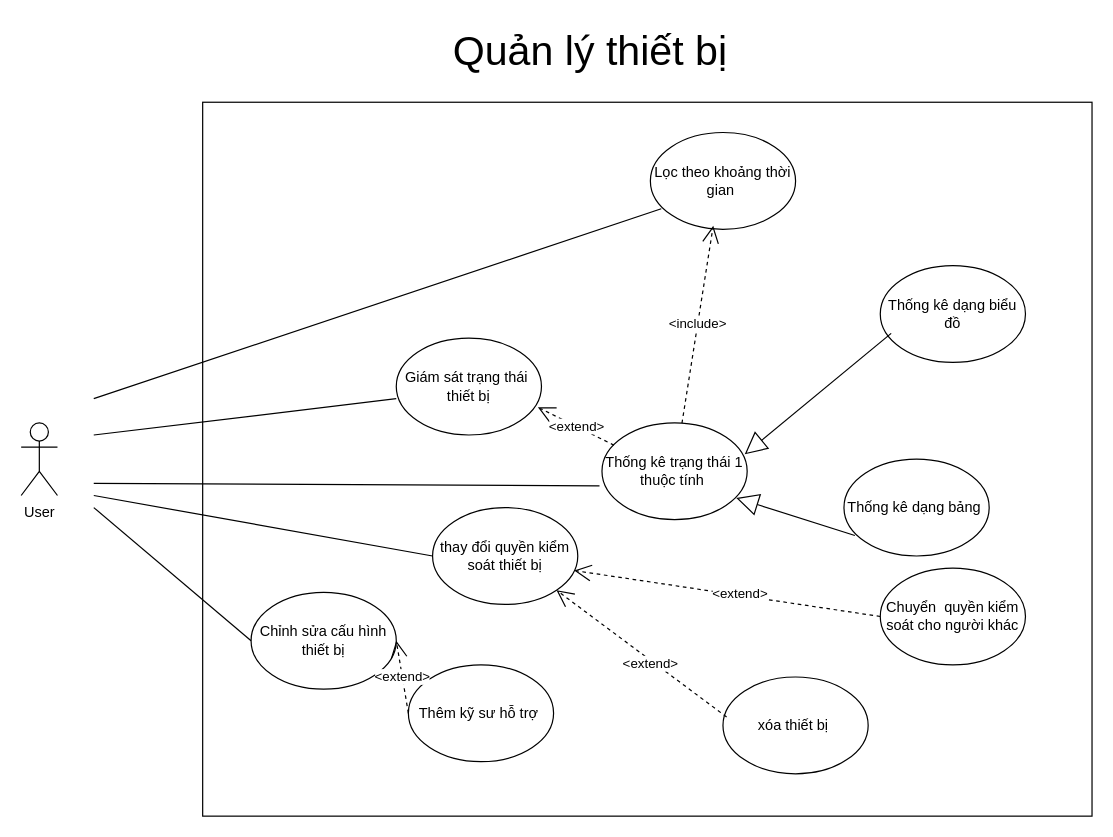
Before: Usecase diagram/Quản lý thiết bị.drawio in cuongceg/BTL-IT3120, a draw.io diagram. Source tidied: cells renumbered, new cells numbered last; positions are measured from the earlier drawing's top-left corner, leaving out a move shared by most shapes. Both pictures are drawn from the tidied source at 121%, with x=0, y=0 at pixel (21, 21).
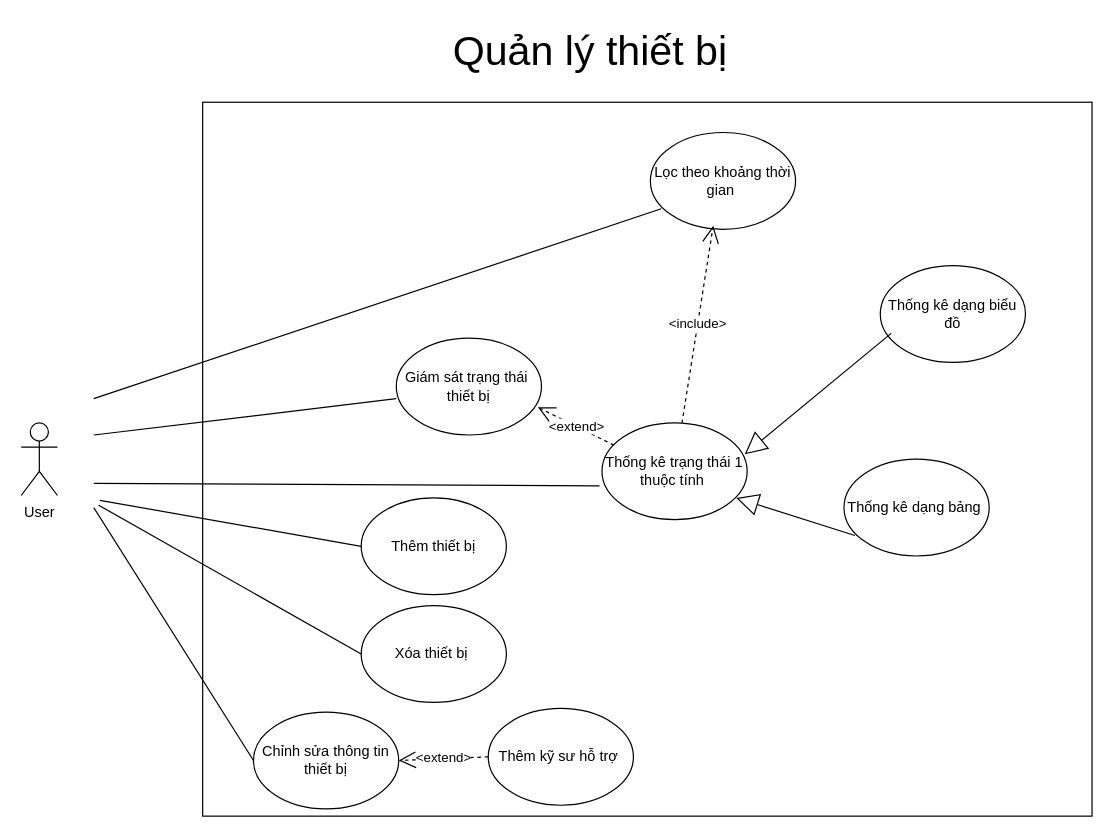
The same page after the edit.

Commit message:
refactor: remove usecase tranfer device to other user

Diff of the diagram source:
```diff
@@
-    <mxCell id="9" value="Chỉnh sửa cấu hình thiết bị" style="ellipse;whiteSpace=wrap;html=1;" parent="1" vertex="1">
-      <mxGeometry x="190" y="472" width="120" height="80" as="geometry" />
+    <mxCell id="9" value="Chỉnh sửa thông tin thiết bị" style="ellipse;whiteSpace=wrap;html=1;" parent="1" vertex="1">
+      <mxGeometry x="192" y="571" width="120" height="80" as="geometry" />
     </mxCell>
     <mxCell id="10" value="Thêm kỹ sư hỗ trợ&amp;nbsp;" style="ellipse;whiteSpace=wrap;html=1;" parent="1" vertex="1">
-      <mxGeometry x="320" y="532" width="120" height="80" as="geometry" />
+      <mxGeometry x="386" y="568" width="120" height="80" as="geometry" />
     </mxCell>
@@
-    <mxCell id="18" value="thay đổi quyền kiểm soát thiết bị" style="ellipse;whiteSpace=wrap;html=1;" parent="1" vertex="1">
-      <mxGeometry x="340" y="402" width="120" height="80" as="geometry" />
-    </mxCell>
-    <mxCell id="19" style="endArrow=none;html=1;rounded=0;" parent="1" edge="1">
-      <mxGeometry relative="1" as="geometry">
-        <mxPoint x="60" y="392" as="sourcePoint" />
-        <mxPoint x="340" y="442" as="targetPoint" />
-      </mxGeometry>
-    </mxCell>
@@
-    <mxCell id="23" value="Chuyển&amp;nbsp; quyền kiểm soát cho người khác" style="ellipse;whiteSpace=wrap;html=1;" parent="1" vertex="1">
-      <mxGeometry x="710" y="452" width="120" height="80" as="geometry" />
+    <mxCell id="23" value="Thêm thiết bị" style="ellipse;whiteSpace=wrap;html=1;" parent="1" vertex="1">
+      <mxGeometry x="281" y="394" width="120" height="80" as="geometry" />
     </mxCell>
-    <mxCell id="24" value="&amp;lt;extend&amp;gt;" style="endArrow=open;endSize=12;dashed=1;html=1;rounded=0;entryX=0.975;entryY=0.65;entryDx=0;entryDy=0;entryPerimeter=0;exitX=0;exitY=0.5;exitDx=0;exitDy=0;" parent="1" edge="1" source="23" target="18">
-      <mxGeometry x="-0.08" y="-3" relative="1" as="geometry">
-        <mxPoint y="1" as="offset" />
-      </mxGeometry>
-    </mxCell>
-    <mxCell id="25" value="xóa thiết bị&amp;nbsp;" style="ellipse;whiteSpace=wrap;html=1;" parent="1" vertex="1">
-      <mxGeometry x="580" y="542" width="120" height="80" as="geometry" />
+    <mxCell id="25" value="Xóa thiết bị&amp;nbsp;" style="ellipse;whiteSpace=wrap;html=1;" parent="1" vertex="1">
+      <mxGeometry x="281" y="483" width="120" height="80" as="geometry" />
     </mxCell>
-    <mxCell id="26" style="endArrow=open;endSize=12;dashed=1;html=1;rounded=0;entryX=1;entryY=1;entryDx=0;entryDy=0;exitX=0.025;exitY=0.413;exitDx=0;exitDy=0;exitPerimeter=0;" parent="1" edge="1" source="25" target="18">
-      <mxGeometry relative="1" as="geometry" />
-    </mxCell>
-    <mxCell id="27" value="&amp;lt;extend&amp;gt;" style="edgeLabel;html=1;align=center;verticalAlign=middle;" parent="26" vertex="1">
-      <mxGeometry x="-0.11" y="2" relative="1" as="geometry" />
-    </mxCell>
+    <mxCell id="28" style="rounded=0;jettySize=auto;html=1;entryX=0;entryY=0.5;entryDx=0;entryDy=0;endArrow=none;startFill=0;" parent="1" edge="1" target="23">
+      <mxGeometry relative="1" as="geometry">
+        <mxPoint x="65" y="396" as="sourcePoint" />
+      </mxGeometry>
+    </mxCell>
+    <mxCell id="29" style="rounded=0;jettySize=auto;html=1;entryX=0;entryY=0.5;entryDx=0;entryDy=0;endArrow=none;startFill=0;" parent="1" edge="1" target="25">
+      <mxGeometry relative="1" as="geometry">
+        <mxPoint x="64" y="400" as="sourcePoint" />
+      </mxGeometry>
+    </mxCell>
```
